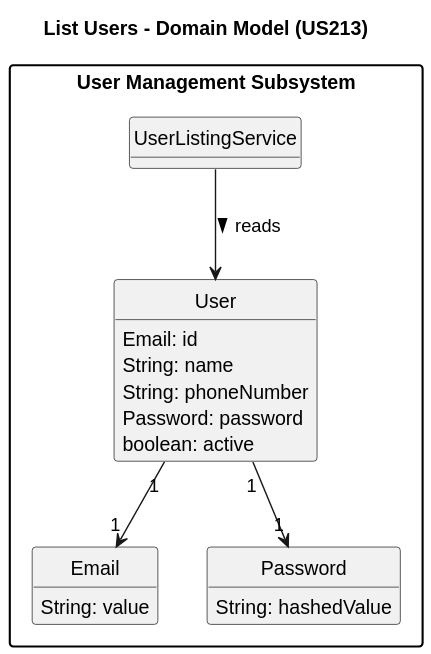
This is docs/planning/sprint2/EAPLI/US213 - List Users/02.analysis/svg/us213-domain-model.svg from SAEmanuel/Shodrone_ISEP, a PlantUML export, as it was before one commit. Its diagram source:
```plantuml
@startuml
skinparam monochrome true
skinparam packageStyle rectangle
skinparam shadowing false

title List Users - Domain Model (US213)

hide circles
hide methods

package "User Management Subsystem" {

    class User {
        Email: id
        String: name
        String: phoneNumber
        Password: password
        boolean: active
    }

    class Email {
        String: value
    }

    class Password {
        String: hashedValue
    }

    class UserListingService {
        +listAllUsers(): List<User>
    }

    UserListingService --> User : reads >
    User "1" --> "1" Email
    User "1" --> "1" Password
}
@enduml
```
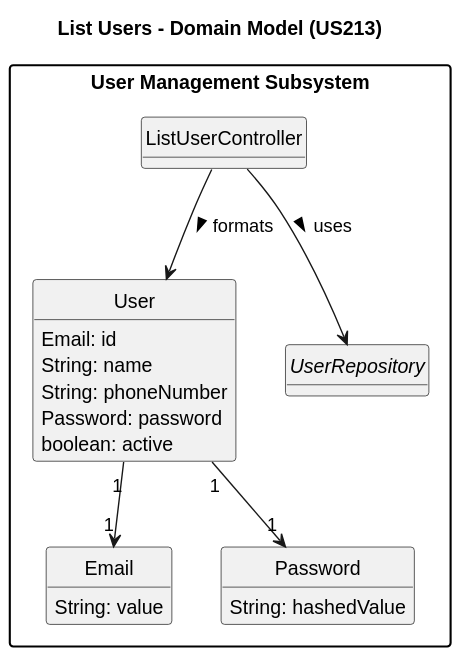
After the change.

Change to the diagram source:
```diff
@@ -26,11 +26,18 @@
         String: hashedValue
     }
 
-    class UserListingService {
-        +listAllUsers(): List<User>
+    interface UserRepository {
+        +findAll(): List<User>
     }
 
-    UserListingService --> User : reads >
+    class ListUserController {
+        +getAllUsersWithStatus(): List<String>
+        +getAllUsers(): List<User>
+    }
+
+    ListUserController --> UserRepository : uses >
+    ListUserController --> User : formats >
+
     User "1" --> "1" Email
     User "1" --> "1" Password
 }
```
